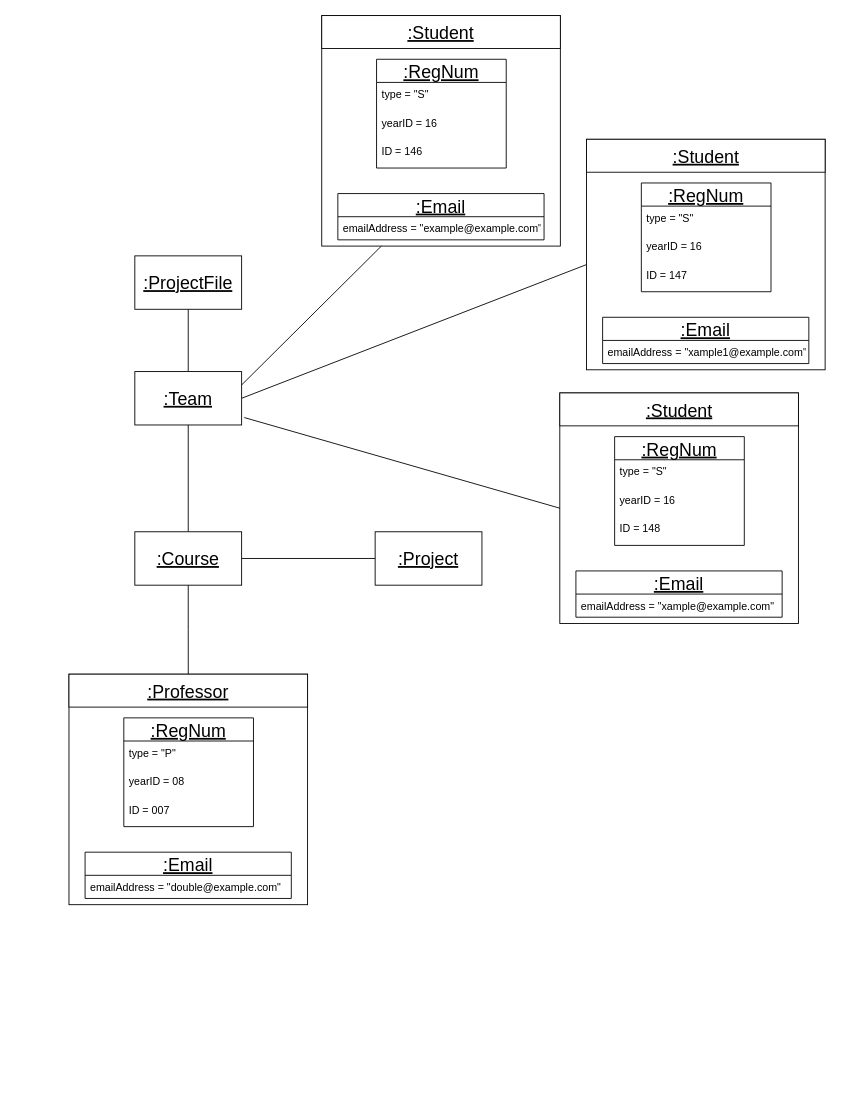
Before: ObjectDiagrams/ObjectDiagram_v1.drawio in gkaraoglanian/E-ClassApplication, a draw.io diagram. Source tidied: cells renumbered, new cells numbered last; positions are measured from the earlier drawing's top-left corner, leaving out a move shared by most shapes. Both pictures are drawn from the tidied source at 89%, with x=0, y=0 at pixel (69, 15).
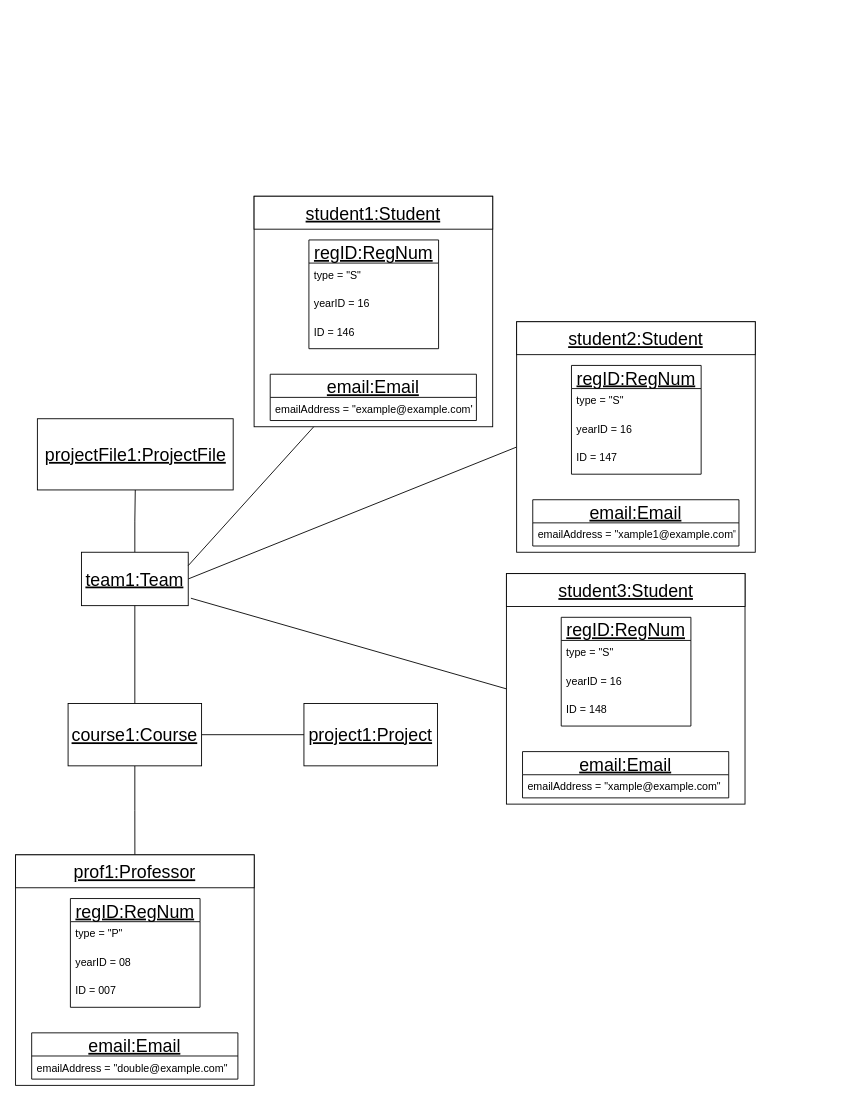
The same diagram, later.

Commit message (it also covers changes not shown here):
Added names to objects in Object Diagram

The edit, as a diff of the source:
```diff
@@
     <mxCell id="2" style="edgeStyle=orthogonalEdgeStyle;rounded=0;jettySize=auto;html=1;exitX=0.5;exitY=0;exitDx=0;exitDy=0;entryX=0.5;entryY=1;entryDx=0;entryDy=0;endArrow=none;endFill=0;fontSize=20;" parent="1" edge="1" source="4" target="10">
-      <mxGeometry relative="1" as="geometry" />
+      <mxGeometry relative="1" as="geometry">
+        <Array as="points">
+          <mxPoint x="74" y="568" />
+        </Array>
+      </mxGeometry>
     </mxCell>
@@
-    <mxCell id="4" value=":Team" style="rounded=0;whiteSpace=wrap;html=1;fontStyle=4;fontSize=20;" parent="1" vertex="1">
-      <mxGeometry x="74" y="400" width="120" height="60" as="geometry" />
+    <mxCell id="4" value="team1:Team" style="rounded=0;whiteSpace=wrap;html=1;fontStyle=4;fontSize=20;" parent="1" vertex="1">
+      <mxGeometry x="14" y="603" width="120" height="60" as="geometry" />
     </mxCell>
-    <mxCell id="5" value=":Project" style="rounded=0;whiteSpace=wrap;html=1;fontStyle=4;fontSize=20;" parent="1" vertex="1">
-      <mxGeometry x="344" y="580" width="120" height="60" as="geometry" />
+    <mxCell id="5" value="project1:Project" style="rounded=0;whiteSpace=wrap;html=1;fontStyle=4;fontSize=20;" parent="1" vertex="1">
+      <mxGeometry x="264" y="773" width="150" height="70" as="geometry" />
     </mxCell>
@@
-    <mxCell id="9" value=":Course" style="rounded=0;whiteSpace=wrap;html=1;fontStyle=4;fontSize=20;" parent="1" vertex="1">
-      <mxGeometry x="74" y="580" width="120" height="60" as="geometry" />
+    <mxCell id="9" value="course1:Course" style="rounded=0;whiteSpace=wrap;html=1;fontStyle=4;fontSize=20;" parent="1" vertex="1">
+      <mxGeometry x="-1" y="773" width="150" height="70" as="geometry" />
     </mxCell>
-    <mxCell id="10" value=":ProjectFile" style="rounded=0;whiteSpace=wrap;html=1;fontStyle=4;fontSize=20;" parent="1" vertex="1">
-      <mxGeometry x="74" y="270" width="120" height="60" as="geometry" />
+    <mxCell id="10" value="projectFile1:ProjectFile" style="rounded=0;whiteSpace=wrap;html=1;fontStyle=4;fontSize=20;" parent="1" vertex="1">
+      <mxGeometry x="-35.5" y="453" width="220" height="80" as="geometry" />
     </mxCell>
     <mxCell id="11" style="group;" parent="1" vertex="1">
-      <mxGeometry x="284" width="280" height="259" as="geometry" />
+      <mxGeometry x="208" y="203" width="280" height="259" as="geometry" />
     </mxCell>
@@
-    <mxCell id="13" value=":Student" style="rounded=0;whiteSpace=wrap;html=1;fontSize=20;fontStyle=4;" parent="11" vertex="1">
+    <mxCell id="13" value="student1:Student" style="rounded=0;whiteSpace=wrap;html=1;fontSize=20;fontStyle=4;" parent="11" vertex="1">
       <mxGeometry width="268.1" height="37" as="geometry" />
     </mxCell>
-    <mxCell id="14" value=":RegNum" style="swimlane;fontStyle=4;horizontal=1;startSize=26;fillColor=none;fontSize=20;" parent="11" vertex="1">
+    <mxCell id="14" value="regID:RegNum" style="swimlane;fontStyle=4;horizontal=1;startSize=26;fillColor=none;fontSize=20;" parent="11" vertex="1">
       <mxGeometry x="61.6" y="49.1" width="145.7" height="122.2" as="geometry" />
     </mxCell>
@@
-    <mxCell id="18" value=":Email" style="swimlane;fontStyle=4;horizontal=1;startSize=26;fillColor=none;fontSize=20;" parent="11" vertex="1">
+    <mxCell id="18" value="email:Email" style="swimlane;fontStyle=4;horizontal=1;startSize=26;fillColor=none;fontSize=20;" parent="11" vertex="1">
       <mxGeometry x="18.1" y="200" width="231.7" height="52" as="geometry" />
     </mxCell>
@@
     <mxCell id="20" style="group;" parent="1" vertex="1">
-      <mxGeometry x="551.5" y="424" width="280" height="259" as="geometry" />
+      <mxGeometry x="491.5" y="627" width="280" height="259" as="geometry" />
     </mxCell>
@@
-    <mxCell id="22" value=":Student" style="rounded=0;whiteSpace=wrap;html=1;fontSize=20;fontStyle=4;" parent="20" vertex="1">
+    <mxCell id="22" value="student3:Student" style="rounded=0;whiteSpace=wrap;html=1;fontSize=20;fontStyle=4;" parent="20" vertex="1">
       <mxGeometry width="268.1" height="37" as="geometry" />
     </mxCell>
-    <mxCell id="23" value=":RegNum" style="swimlane;fontStyle=4;horizontal=1;startSize=26;fillColor=none;fontSize=20;" parent="20" vertex="1">
+    <mxCell id="23" value="regID:RegNum" style="swimlane;fontStyle=4;horizontal=1;startSize=26;fillColor=none;fontSize=20;" parent="20" vertex="1">
       <mxGeometry x="61.6" y="49.1" width="145.7" height="122.2" as="geometry" />
     </mxCell>
@@
-    <mxCell id="27" value=":Email" style="swimlane;fontStyle=4;horizontal=1;startSize=26;fillColor=none;fontSize=20;" parent="20" vertex="1">
+    <mxCell id="27" value="email:Email" style="swimlane;fontStyle=4;horizontal=1;startSize=26;fillColor=none;fontSize=20;" parent="20" vertex="1">
       <mxGeometry x="18.1" y="200" width="231.7" height="52" as="geometry" />
     </mxCell>
@@
     <mxCell id="29" style="group;" parent="1" vertex="1">
-      <mxGeometry x="581.5" y="139" width="280" height="259" as="geometry" />
+      <mxGeometry x="503" y="344" width="280" height="259" as="geometry" />
     </mxCell>
@@
-    <mxCell id="31" value=":Student" style="rounded=0;whiteSpace=wrap;html=1;fontSize=20;fontStyle=4;" parent="29" vertex="1">
+    <mxCell id="31" value="student2:Student" style="rounded=0;whiteSpace=wrap;html=1;fontSize=20;fontStyle=4;" parent="29" vertex="1">
       <mxGeometry width="268.1" height="37" as="geometry" />
     </mxCell>
-    <mxCell id="32" value=":RegNum" style="swimlane;fontStyle=4;horizontal=1;startSize=26;fillColor=none;fontSize=20;" parent="29" vertex="1">
+    <mxCell id="32" value="regID:RegNum" style="swimlane;fontStyle=4;horizontal=1;startSize=26;fillColor=none;fontSize=20;" parent="29" vertex="1">
       <mxGeometry x="61.6" y="49.1" width="145.7" height="122.2" as="geometry" />
     </mxCell>
@@
-    <mxCell id="36" value=":Email" style="swimlane;fontStyle=4;horizontal=1;startSize=26;fillColor=none;fontSize=20;" parent="29" vertex="1">
+    <mxCell id="36" value="email:Email" style="swimlane;fontStyle=4;horizontal=1;startSize=26;fillColor=none;fontSize=20;" parent="29" vertex="1">
       <mxGeometry x="18.1" y="200" width="231.7" height="52" as="geometry" />
     </mxCell>
@@
     <mxCell id="40" style="group;" parent="1" vertex="1">
-      <mxGeometry y="740" width="280" height="259" as="geometry" />
+      <mxGeometry x="-60" y="943" width="280" height="259" as="geometry" />
     </mxCell>
@@
-    <mxCell id="42" value=":Professor" style="rounded=0;whiteSpace=wrap;html=1;fontSize=20;fontStyle=4;" parent="40" vertex="1">
+    <mxCell id="42" value="prof1:Professor" style="rounded=0;whiteSpace=wrap;html=1;fontSize=20;fontStyle=4;" parent="40" vertex="1">
       <mxGeometry width="268.1" height="37" as="geometry" />
     </mxCell>
-    <mxCell id="43" value=":RegNum" style="swimlane;fontStyle=4;horizontal=1;startSize=26;fillColor=none;fontSize=20;" parent="40" vertex="1">
+    <mxCell id="43" value="regID:RegNum" style="swimlane;fontStyle=4;horizontal=1;startSize=26;fillColor=none;fontSize=20;" parent="40" vertex="1">
       <mxGeometry x="61.6" y="49.1" width="145.7" height="122.2" as="geometry" />
     </mxCell>
@@
-    <mxCell id="47" value=":Email" style="swimlane;fontStyle=4;horizontal=1;startSize=26;fillColor=none;fontSize=20;" parent="40" vertex="1">
+    <mxCell id="47" value="email:Email" style="swimlane;fontStyle=4;horizontal=1;startSize=26;fillColor=none;fontSize=20;" parent="40" vertex="1">
       <mxGeometry x="18.1" y="200" width="231.7" height="52" as="geometry" />
     </mxCell>
```
